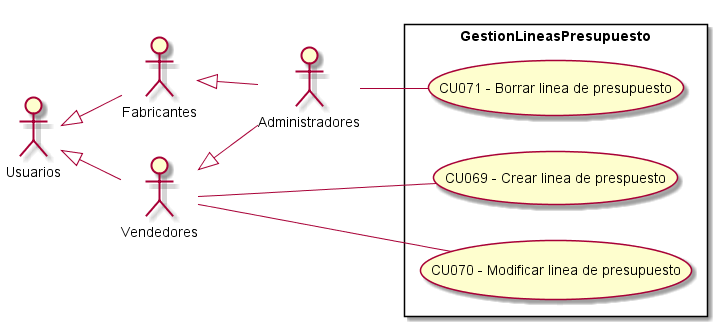
The PlantUML diagram Informe Final/Imagenes/ModeladoDeCasosDeUso/DiagramaDeCasosDeUso/GestionLineasPresupuesto.png in ZMGestion/DocumentacionZMGestion, before a commit.
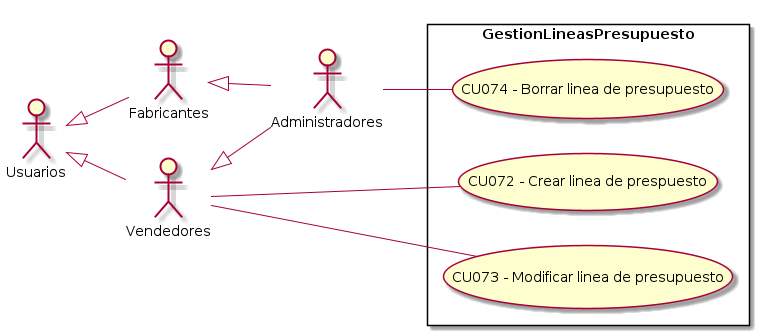
After the commit.

Diff of the diagram source:
```diff
@@ -13,9 +13,9 @@
  left to right direction
 
 rectangle GestionLineasPresupuesto{
-    UseCase "CU069 - Crear linea de prespuesto" as C
-    UseCase "CU070 - Modificar linea de presupuesto" as M
-    UseCase "CU071 - Borrar linea de presupuesto " as B
+    UseCase "CU072 - Crear linea de prespuesto" as C
+    UseCase "CU073 - Modificar linea de presupuesto" as M
+    UseCase "CU074 - Borrar linea de presupuesto " as B
 }
     Vendedores -- C
     Vendedores -- M
```
